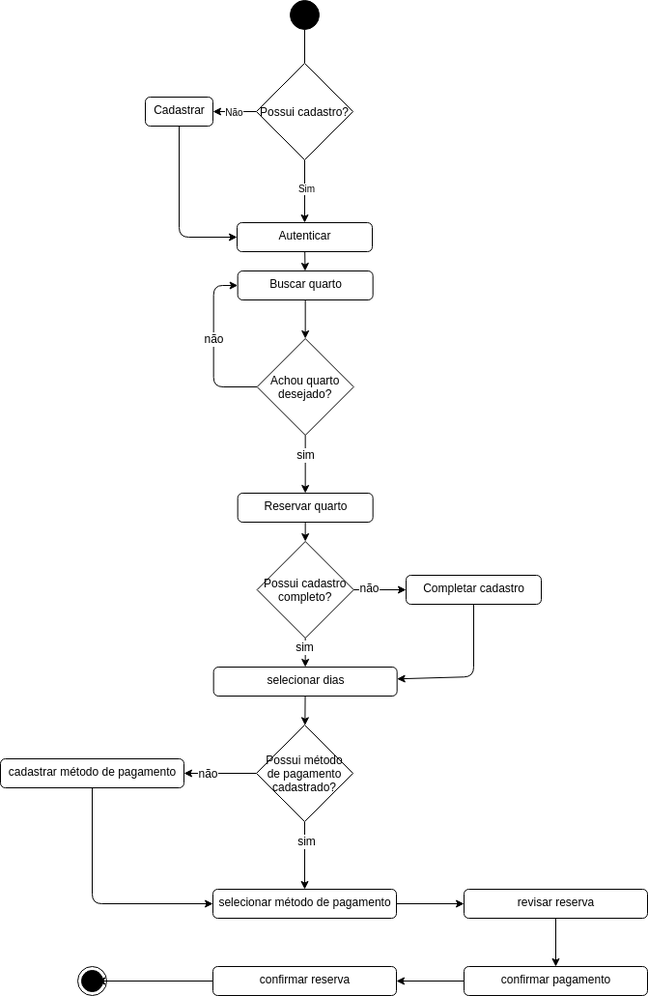
Earlier version of the draw.io export diagramas/atividade/atividade_reserva.png (Marco-ACosta/trabalho_hotelaria). Source tidied: cells renumbered, new cells last; positions are measured from the earlier drawing's top-left corner, leaving out a move shared by most shapes.
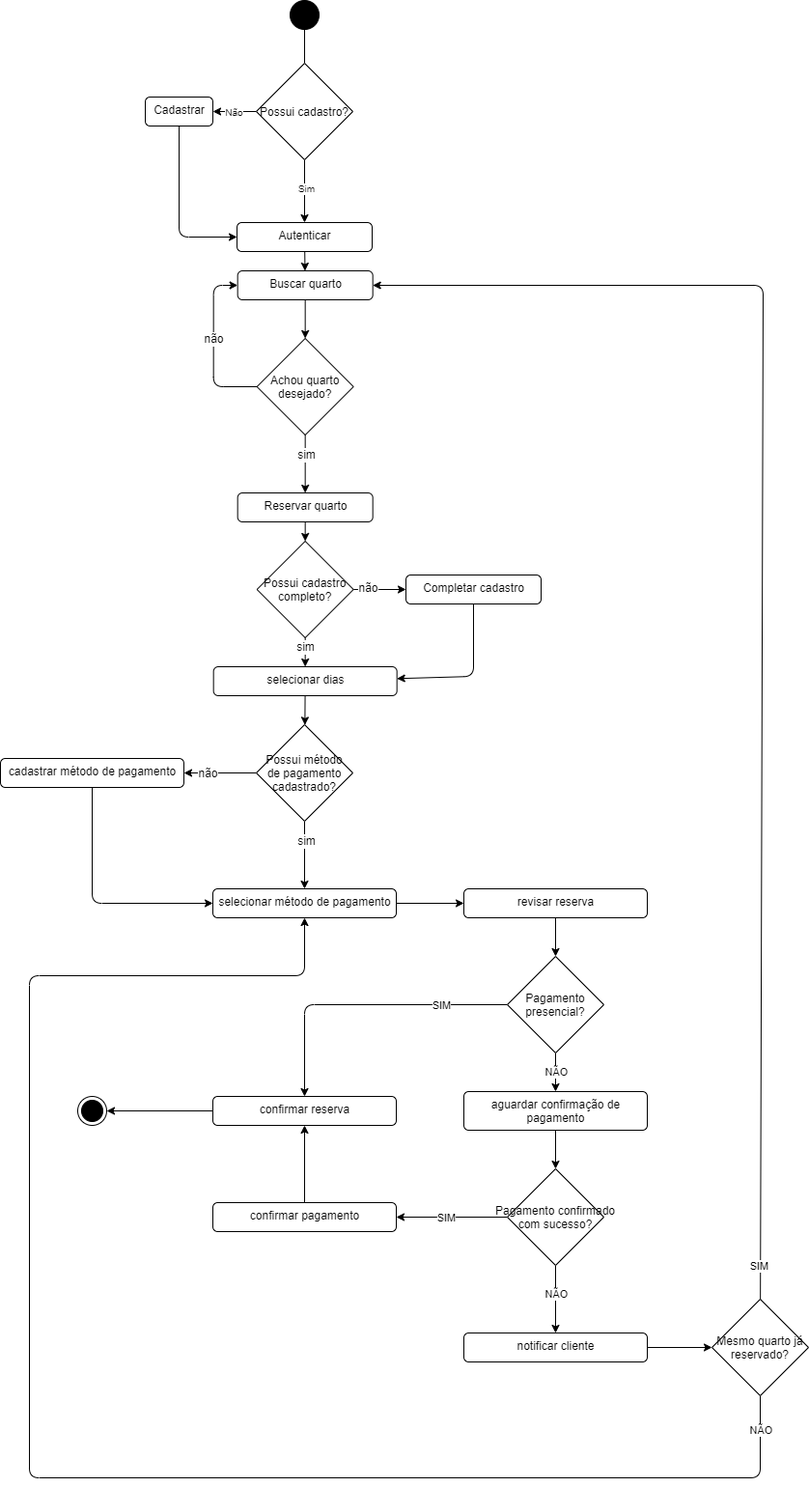
After the change.

Change to the diagram source:
```diff
@@ -9,7 +9,7 @@
       <mxGeometry x="300" width="30" height="30" as="geometry" />
     </mxCell>
     <mxCell id="4" style="ellipse;html=1;shape=endState;fillColor=strokeColor;" parent="1" vertex="1">
-      <mxGeometry x="80" y="1000" width="30" height="30" as="geometry" />
+      <mxGeometry x="80" y="1135" width="30" height="30" as="geometry" />
     </mxCell>
     <mxCell id="5" style="edgeStyle=none;html=1;fontSize=10;startArrow=none;startFill=0;endArrow=classic;endFill=1;" parent="1" edge="1" source="6" target="15">
       <mxGeometry relative="1" as="geometry" />
@@ -136,23 +136,23 @@
     <mxCell id="38" value="&lt;span style=&quot;font-size: 12px;&quot;&gt;selecionar método de pagamento&lt;/span&gt;" style="html=1;align=center;verticalAlign=top;rounded=1;absoluteArcSize=1;arcSize=10;dashed=0;fillColor=none;fontSize=10;" parent="1" vertex="1">
       <mxGeometry x="220" y="920" width="190" height="30" as="geometry" />
     </mxCell>
-    <mxCell id="39" style="edgeStyle=none;html=1;fontSize=12;startArrow=none;startFill=0;endArrow=classic;endFill=1;" parent="1" edge="1" source="40" target="42">
-      <mxGeometry relative="1" as="geometry" />
-    </mxCell>
+    <mxCell id="47" style="edgeStyle=none;html=1;entryX=0.5;entryY=0;entryDx=0;entryDy=0;" parent="1" edge="1" source="40" target="52">
+      <mxGeometry relative="1" as="geometry" />
+    </mxCell>
     <mxCell id="40" value="&lt;span style=&quot;font-size: 12px;&quot;&gt;revisar reserva&lt;/span&gt;" style="html=1;align=center;verticalAlign=top;rounded=1;absoluteArcSize=1;arcSize=10;dashed=0;fillColor=none;fontSize=10;" parent="1" vertex="1">
       <mxGeometry x="480" y="920" width="190" height="30" as="geometry" />
     </mxCell>
-    <mxCell id="41" style="edgeStyle=none;html=1;fontSize=12;startArrow=none;startFill=0;endArrow=classic;endFill=1;" parent="1" edge="1" source="42" target="44">
+    <mxCell id="41" style="edgeStyle=none;html=1;entryX=0.5;entryY=1;entryDx=0;entryDy=0;" parent="1" edge="1" source="42" target="44">
       <mxGeometry relative="1" as="geometry" />
     </mxCell>
     <mxCell id="42" value="&lt;span style=&quot;font-size: 12px;&quot;&gt;confirmar pagamento&lt;/span&gt;" style="html=1;align=center;verticalAlign=top;rounded=1;absoluteArcSize=1;arcSize=10;dashed=0;fillColor=none;fontSize=10;" parent="1" vertex="1">
-      <mxGeometry x="480" y="1000" width="190" height="30" as="geometry" />
+      <mxGeometry x="220" y="1245" width="190" height="30" as="geometry" />
     </mxCell>
-    <mxCell id="43" style="edgeStyle=none;html=1;entryX=0.667;entryY=0.5;entryDx=0;entryDy=0;entryPerimeter=0;fontSize=12;startArrow=none;startFill=0;endArrow=classic;endFill=1;" parent="1" edge="1" source="44" target="4">
+    <mxCell id="43" style="edgeStyle=none;html=1;entryX=1;entryY=0.5;entryDx=0;entryDy=0;fontSize=12;startArrow=none;startFill=0;endArrow=classic;endFill=1;" parent="1" edge="1" source="44" target="4">
       <mxGeometry relative="1" as="geometry" />
     </mxCell>
     <mxCell id="44" value="&lt;span style=&quot;font-size: 12px;&quot;&gt;confirmar reserva&lt;/span&gt;" style="html=1;align=center;verticalAlign=top;rounded=1;absoluteArcSize=1;arcSize=10;dashed=0;fillColor=none;fontSize=10;" parent="1" vertex="1">
-      <mxGeometry x="220" y="1000" width="190" height="30" as="geometry" />
+      <mxGeometry x="220" y="1135" width="190" height="30" as="geometry" />
     </mxCell>
     <mxCell id="45" value="&lt;span style=&quot;font-size: 12px;&quot;&gt;selecionar dias&lt;/span&gt;" style="html=1;align=center;verticalAlign=top;rounded=1;absoluteArcSize=1;arcSize=10;dashed=0;fillColor=none;fontSize=10;" parent="1" vertex="1">
       <mxGeometry x="220.7" y="690" width="190" height="30" as="geometry" />
@@ -160,5 +160,87 @@
     <mxCell id="46" style="edgeStyle=none;html=1;fontSize=12;startArrow=none;startFill=0;endArrow=classic;endFill=1;" parent="1" edge="1" source="45" target="36">
       <mxGeometry relative="1" as="geometry" />
     </mxCell>
+    <mxCell id="48" style="edgeStyle=none;html=1;entryX=0.5;entryY=0;entryDx=0;entryDy=0;" parent="1" edge="1" source="52" target="44">
+      <mxGeometry relative="1" as="geometry">
+        <Array as="points">
+          <mxPoint x="315" y="1040" />
+        </Array>
+      </mxGeometry>
+    </mxCell>
+    <mxCell id="49" value="SIM" style="edgeLabel;html=1;align=center;verticalAlign=middle;" parent="48" vertex="1">
+      <mxGeometry x="-0.26" y="1" relative="1" as="geometry">
+        <mxPoint x="44" y="-1" as="offset" />
+      </mxGeometry>
+    </mxCell>
+    <mxCell id="50" style="edgeStyle=none;html=1;entryX=0.5;entryY=0;entryDx=0;entryDy=0;" parent="1" edge="1" source="52" target="54">
+      <mxGeometry relative="1" as="geometry" />
+    </mxCell>
+    <mxCell id="51" value="NÃO" style="edgeLabel;html=1;align=center;verticalAlign=middle;" parent="50" vertex="1">
+      <mxGeometry x="-0.61" relative="1" as="geometry">
+        <mxPoint y="12" as="offset" />
+      </mxGeometry>
+    </mxCell>
+    <mxCell id="52" value="Pagamento&#10;presencial?" style="rhombus;fontSize=12;" parent="1" vertex="1">
+      <mxGeometry x="525" y="990" width="100" height="100" as="geometry" />
+    </mxCell>
+    <mxCell id="53" style="edgeStyle=none;html=1;entryX=0.5;entryY=0;entryDx=0;entryDy=0;" parent="1" edge="1" source="54" target="59">
+      <mxGeometry relative="1" as="geometry" />
+    </mxCell>
+    <mxCell id="54" value="&lt;span style=&quot;font-size: 12px;&quot;&gt;aguardar confirmação de&lt;br&gt;pagamento&lt;br&gt;&lt;/span&gt;" style="html=1;align=center;verticalAlign=top;rounded=1;absoluteArcSize=1;arcSize=10;dashed=0;fillColor=none;fontSize=10;" parent="1" vertex="1">
+      <mxGeometry x="480" y="1130" width="190" height="40" as="geometry" />
+    </mxCell>
+    <mxCell id="55" style="edgeStyle=none;html=1;entryX=1;entryY=0.5;entryDx=0;entryDy=0;" parent="1" edge="1" source="59" target="42">
+      <mxGeometry relative="1" as="geometry" />
+    </mxCell>
+    <mxCell id="56" value="SIM" style="edgeLabel;html=1;align=center;verticalAlign=middle;" parent="55" vertex="1">
+      <mxGeometry x="-0.17" y="1" relative="1" as="geometry">
+        <mxPoint x="-17" y="-1" as="offset" />
+      </mxGeometry>
+    </mxCell>
+    <mxCell id="57" style="edgeStyle=none;html=1;entryX=0.5;entryY=0;entryDx=0;entryDy=0;" parent="1" edge="1" source="59" target="61">
+      <mxGeometry relative="1" as="geometry" />
+    </mxCell>
+    <mxCell id="58" value="NÃO" style="edgeLabel;html=1;align=center;verticalAlign=middle;" parent="57" vertex="1">
+      <mxGeometry x="-0.46" y="3" relative="1" as="geometry">
+        <mxPoint x="-3" y="11" as="offset" />
+      </mxGeometry>
+    </mxCell>
+    <mxCell id="59" value="Pagamento confirmado&#10;com sucesso?" style="rhombus;fontSize=12;" parent="1" vertex="1">
+      <mxGeometry x="525" y="1210" width="100" height="100" as="geometry" />
+    </mxCell>
+    <mxCell id="60" style="edgeStyle=none;html=1;entryX=0;entryY=0.5;entryDx=0;entryDy=0;" parent="1" edge="1" source="61" target="66">
+      <mxGeometry relative="1" as="geometry" />
+    </mxCell>
+    <mxCell id="61" value="&lt;span style=&quot;font-size: 12px;&quot;&gt;notificar cliente&lt;/span&gt;" style="html=1;align=center;verticalAlign=top;rounded=1;absoluteArcSize=1;arcSize=10;dashed=0;fillColor=none;fontSize=10;" parent="1" vertex="1">
+      <mxGeometry x="480" y="1380" width="190" height="30" as="geometry" />
+    </mxCell>
+    <mxCell id="62" style="edgeStyle=none;html=1;entryX=1;entryY=0.5;entryDx=0;entryDy=0;" parent="1" edge="1" source="66" target="15">
+      <mxGeometry relative="1" as="geometry">
+        <Array as="points">
+          <mxPoint x="790" y="295" />
+        </Array>
+      </mxGeometry>
+    </mxCell>
+    <mxCell id="63" value="SIM" style="edgeLabel;html=1;align=center;verticalAlign=middle;" parent="62" vertex="1">
+      <mxGeometry x="-0.95" y="2" relative="1" as="geometry" />
+    </mxCell>
+    <mxCell id="64" style="edgeStyle=none;html=1;entryX=0.5;entryY=1;entryDx=0;entryDy=0;" parent="1" edge="1" source="66" target="38">
+      <mxGeometry relative="1" as="geometry">
+        <Array as="points">
+          <mxPoint x="787" y="1530" />
+          <mxPoint x="30" y="1530" />
+          <mxPoint x="30" y="1010" />
+          <mxPoint x="315" y="1010" />
+        </Array>
+      </mxGeometry>
+    </mxCell>
+    <mxCell id="65" value="NÃO" style="edgeLabel;html=1;align=center;verticalAlign=middle;" parent="64" vertex="1">
+      <mxGeometry x="-0.97" y="3" relative="1" as="geometry">
+        <mxPoint x="-3" y="11" as="offset" />
+      </mxGeometry>
+    </mxCell>
+    <mxCell id="66" value="Mesmo quarto já&#10;reservado?" style="rhombus;fontSize=12;" parent="1" vertex="1">
+      <mxGeometry x="737" y="1345" width="100" height="100" as="geometry" />
+    </mxCell>
   </root>
 </mxGraphModel>
```
